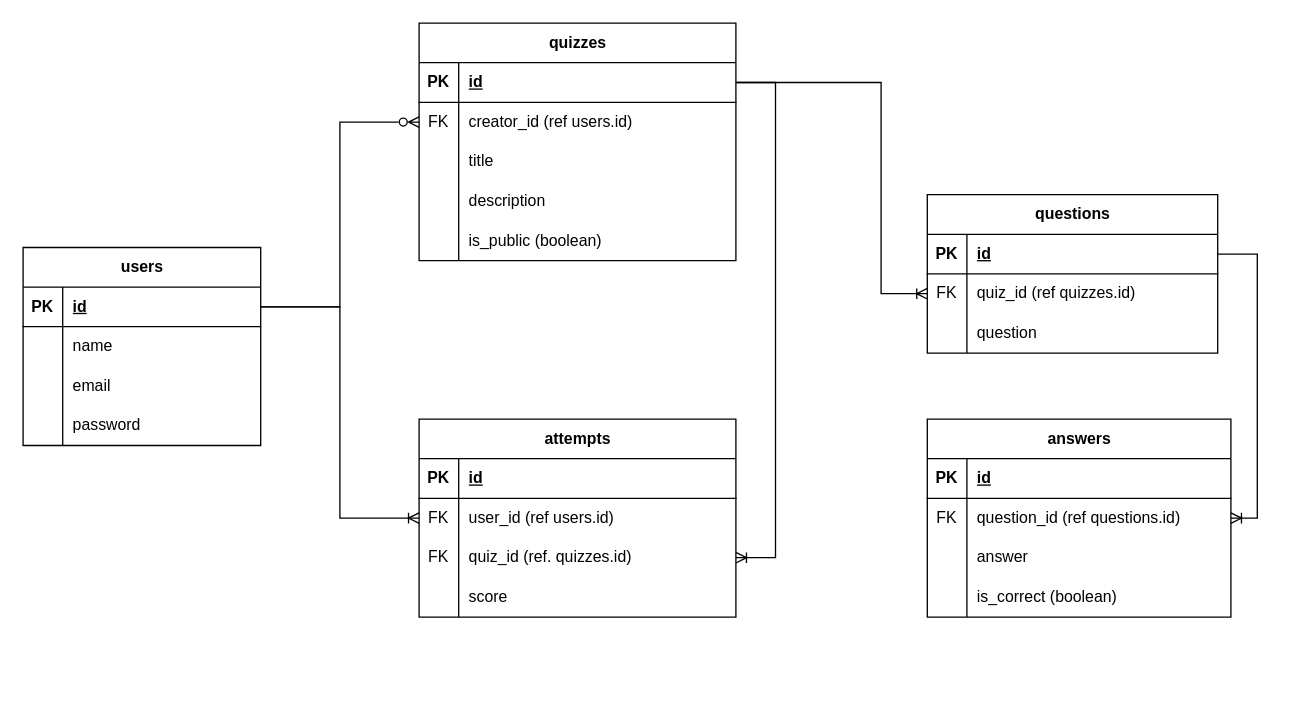
Earlier version of the draw.io diagram db/QuizQuest_ERD.drawio (ArcaneCipher/QuizQuest). Source tidied: cells renumbered, new cells numbered last; positions are measured from the earlier drawing's top-left corner, leaving out a move shared by most shapes. Both pictures are drawn from the tidied source at 132%, with x=0, y=0 at pixel (22, 22).
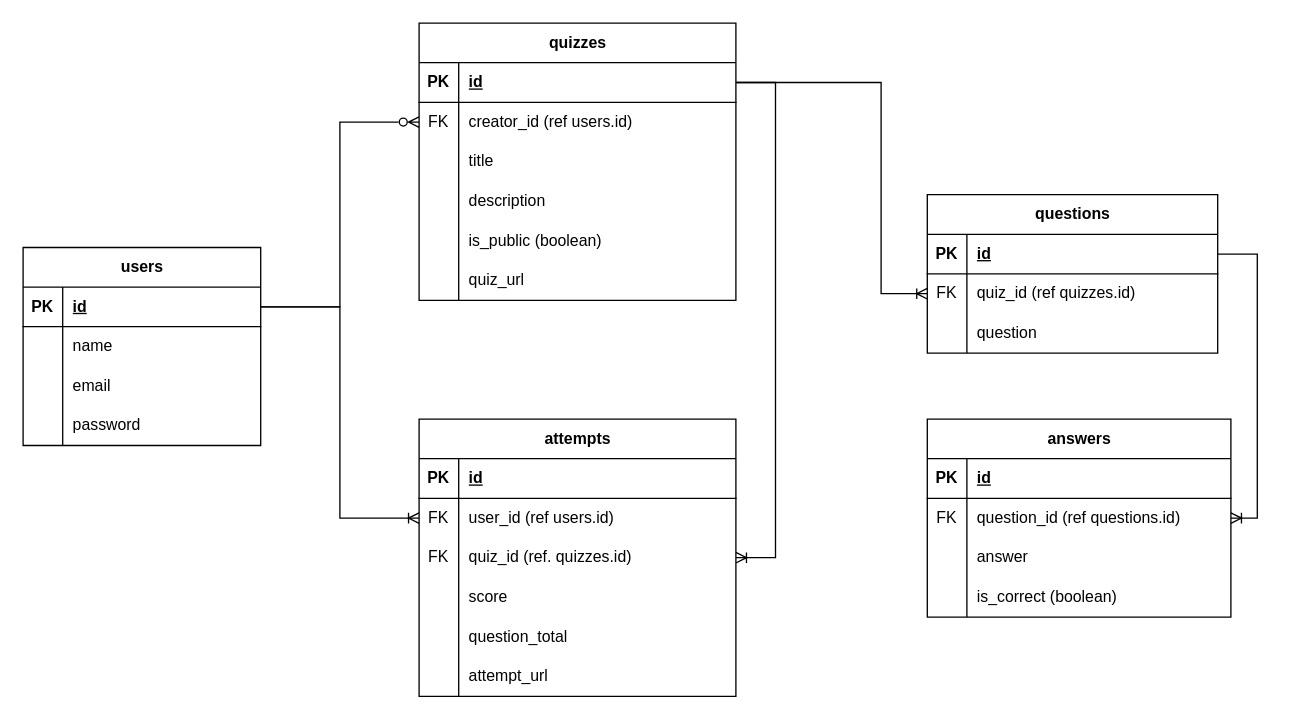
The same page after the edit.

Commit message:
Update ERD to align with updated schema

Diff of the diagram source:
```diff
@@
     <mxCell id="15" value="quizzes" style="shape=table;startSize=30;childLayout=tableLayout;rowLines=0;fontStyle=1;align=center;html=1;" parent="1" vertex="1">
-      <mxGeometry x="300" width="240" height="180" as="geometry" />
+      <mxGeometry x="300" width="240" height="210" as="geometry" />
     </mxCell>
@@
+    <mxCell id="72" style="shape=tableRow;horizontal=0;startSize=0;swimlaneHead=0;swimlaneBody=0;fillColor=none;top=0;left=0;right=0;bottom=0;" parent="15" vertex="1">
+      <mxGeometry y="180" width="240" height="30" as="geometry" />
+    </mxCell>
+    <mxCell id="73" style="shape=partialRectangle;fillColor=none;top=0;left=0;bottom=0;right=0;overflow=hidden;whiteSpace=wrap;html=1;" parent="72" vertex="1">
+      <mxGeometry width="30" height="30" as="geometry" />
+    </mxCell>
+    <mxCell id="74" value="quiz_url" style="shape=partialRectangle;fillColor=none;top=0;left=0;bottom=0;right=0;align=left;spacingLeft=6;overflow=hidden;whiteSpace=wrap;html=1;" parent="72" vertex="1">
+      <mxGeometry x="30" width="210" height="30" as="geometry" />
+    </mxCell>
@@
     <mxCell id="57" value="attempts" style="shape=table;startSize=30;childLayout=tableLayout;rowLines=0;fontStyle=1;align=center;html=1;" parent="1" vertex="1">
-      <mxGeometry x="300" y="300" width="240" height="150" as="geometry" />
+      <mxGeometry x="300" y="300" width="240" height="210" as="geometry" />
     </mxCell>
@@
+    <mxCell id="75" style="shape=tableRow;horizontal=0;startSize=0;swimlaneHead=0;swimlaneBody=0;fillColor=none;top=0;left=0;right=0;bottom=0;" parent="57" vertex="1">
+      <mxGeometry y="150" width="240" height="30" as="geometry" />
+    </mxCell>
+    <mxCell id="76" style="shape=partialRectangle;fillColor=none;top=0;left=0;bottom=0;right=0;overflow=hidden;whiteSpace=wrap;html=1;" parent="75" vertex="1">
+      <mxGeometry width="30" height="30" as="geometry" />
+    </mxCell>
+    <mxCell id="77" value="question_total" style="shape=partialRectangle;fillColor=none;top=0;left=0;bottom=0;right=0;align=left;spacingLeft=6;overflow=hidden;whiteSpace=wrap;html=1;" parent="75" vertex="1">
+      <mxGeometry x="30" width="210" height="30" as="geometry" />
+    </mxCell>
+    <mxCell id="78" style="shape=tableRow;horizontal=0;startSize=0;swimlaneHead=0;swimlaneBody=0;fillColor=none;top=0;left=0;right=0;bottom=0;" parent="57" vertex="1">
+      <mxGeometry y="180" width="240" height="30" as="geometry" />
+    </mxCell>
+    <mxCell id="79" style="shape=partialRectangle;fillColor=none;top=0;left=0;bottom=0;right=0;overflow=hidden;whiteSpace=wrap;html=1;" parent="78" vertex="1">
+      <mxGeometry width="30" height="30" as="geometry" />
+    </mxCell>
+    <mxCell id="80" value="attempt_url" style="shape=partialRectangle;fillColor=none;top=0;left=0;bottom=0;right=0;align=left;spacingLeft=6;overflow=hidden;whiteSpace=wrap;html=1;" parent="78" vertex="1">
+      <mxGeometry x="30" width="210" height="30" as="geometry" />
+    </mxCell>
```
